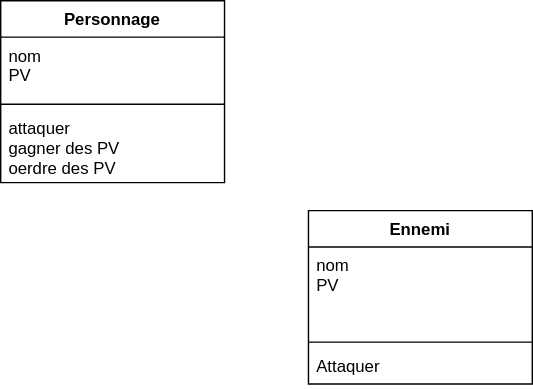
This is debut.drawio.svg from gillesah/textRPG, a draw.io export, as it was before one commit. Source tidied: cells renumbered, new cells last; positions are measured from the earlier drawing's top-left corner, leaving out a move shared by most shapes. Its diagram source:
```xml
<mxGraphModel background="#ffffff">
  <root>
    <mxCell id="0" />
    <mxCell id="1" parent="0" />
    <mxCell id="2" value="Personnage" style="swimlane;fontStyle=1;align=center;verticalAlign=top;horizontal=1;startSize=26;" parent="1" vertex="1">
      <mxGeometry width="160" height="130" as="geometry" />
    </mxCell>
    <mxCell id="3" value="nom&#10;PV&#10;" style="text;strokeColor=none;fillColor=none;align=left;verticalAlign=top;spacingLeft=4;spacingRight=4;overflow=hidden;" parent="2" vertex="1">
      <mxGeometry y="26" width="160" height="44" as="geometry" />
    </mxCell>
    <mxCell id="4" style="line;strokeWidth=1;fillColor=none;align=left;verticalAlign=middle;spacingTop=-1;spacingLeft=3;spacingRight=3;labelPosition=right;strokeColor=inherit;" parent="2" vertex="1">
      <mxGeometry y="70" width="160" height="8" as="geometry" />
    </mxCell>
    <mxCell id="5" value="attaquer&#10;gagner des PV&#10;oerdre des PV" style="text;strokeColor=none;fillColor=none;align=left;verticalAlign=top;spacingLeft=4;spacingRight=4;overflow=hidden;" parent="2" vertex="1">
      <mxGeometry y="78" width="160" height="52" as="geometry" />
    </mxCell>
    <mxCell id="6" value="Ennemi" style="swimlane;fontStyle=1;align=center;verticalAlign=top;horizontal=1;startSize=26;" parent="1" vertex="1">
      <mxGeometry x="220" y="150" width="160" height="124" as="geometry" />
    </mxCell>
    <mxCell id="7" value="nom&#10;PV" style="text;strokeColor=none;fillColor=none;align=left;verticalAlign=top;spacingLeft=4;spacingRight=4;overflow=hidden;" parent="6" vertex="1">
      <mxGeometry y="26" width="160" height="64" as="geometry" />
    </mxCell>
    <mxCell id="8" style="line;strokeWidth=1;fillColor=none;align=left;verticalAlign=middle;spacingTop=-1;spacingLeft=3;spacingRight=3;labelPosition=right;strokeColor=inherit;" parent="6" vertex="1">
      <mxGeometry y="90" width="160" height="8" as="geometry" />
    </mxCell>
    <mxCell id="9" value="Attaquer" style="text;strokeColor=none;fillColor=none;align=left;verticalAlign=top;spacingLeft=4;spacingRight=4;overflow=hidden;" parent="6" vertex="1">
      <mxGeometry y="98" width="160" height="26" as="geometry" />
    </mxCell>
  </root>
</mxGraphModel>
```
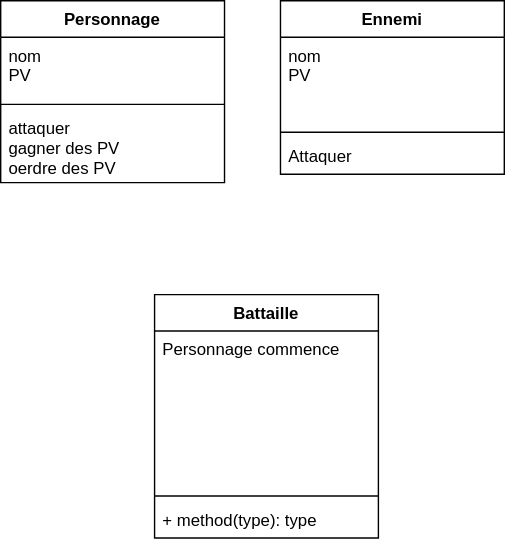
The same diagram one commit later.

Commit message:
modification du readme et de l'UML

What changed in the source:
```diff
@@ -3,7 +3,7 @@
     <mxCell id="0" />
     <mxCell id="1" parent="0" />
     <mxCell id="2" value="Personnage" style="swimlane;fontStyle=1;align=center;verticalAlign=top;horizontal=1;startSize=26;" parent="1" vertex="1">
-      <mxGeometry width="160" height="130" as="geometry" />
+      <mxGeometry x="-230" y="-50" width="160" height="130" as="geometry" />
     </mxCell>
     <mxCell id="3" value="nom&#10;PV&#10;" style="text;strokeColor=none;fillColor=none;align=left;verticalAlign=top;spacingLeft=4;spacingRight=4;overflow=hidden;" parent="2" vertex="1">
       <mxGeometry y="26" width="160" height="44" as="geometry" />
@@ -15,7 +15,7 @@
       <mxGeometry y="78" width="160" height="52" as="geometry" />
     </mxCell>
     <mxCell id="6" value="Ennemi" style="swimlane;fontStyle=1;align=center;verticalAlign=top;horizontal=1;startSize=26;" parent="1" vertex="1">
-      <mxGeometry x="220" y="150" width="160" height="124" as="geometry" />
+      <mxGeometry x="-30" y="-50" width="160" height="124" as="geometry" />
     </mxCell>
     <mxCell id="7" value="nom&#10;PV" style="text;strokeColor=none;fillColor=none;align=left;verticalAlign=top;spacingLeft=4;spacingRight=4;overflow=hidden;" parent="6" vertex="1">
       <mxGeometry y="26" width="160" height="64" as="geometry" />
@@ -26,5 +26,17 @@
     <mxCell id="9" value="Attaquer" style="text;strokeColor=none;fillColor=none;align=left;verticalAlign=top;spacingLeft=4;spacingRight=4;overflow=hidden;" parent="6" vertex="1">
       <mxGeometry y="98" width="160" height="26" as="geometry" />
     </mxCell>
+    <mxCell id="10" value="Battaille" style="swimlane;fontStyle=1;align=center;verticalAlign=top;horizontal=1;startSize=26;" parent="1" vertex="1">
+      <mxGeometry x="-120" y="160" width="160" height="174" as="geometry" />
+    </mxCell>
+    <mxCell id="11" value="Personnage commence&#10;" style="text;strokeColor=none;fillColor=none;align=left;verticalAlign=top;spacingLeft=4;spacingRight=4;overflow=hidden;" parent="10" vertex="1">
+      <mxGeometry y="26" width="160" height="114" as="geometry" />
+    </mxCell>
+    <mxCell id="12" style="line;strokeWidth=1;fillColor=none;align=left;verticalAlign=middle;spacingTop=-1;spacingLeft=3;spacingRight=3;labelPosition=right;strokeColor=inherit;" parent="10" vertex="1">
+      <mxGeometry y="140" width="160" height="8" as="geometry" />
+    </mxCell>
+    <mxCell id="13" value="+ method(type): type" style="text;strokeColor=none;fillColor=none;align=left;verticalAlign=top;spacingLeft=4;spacingRight=4;overflow=hidden;" parent="10" vertex="1">
+      <mxGeometry y="148" width="160" height="26" as="geometry" />
+    </mxCell>
   </root>
 </mxGraphModel>
```
